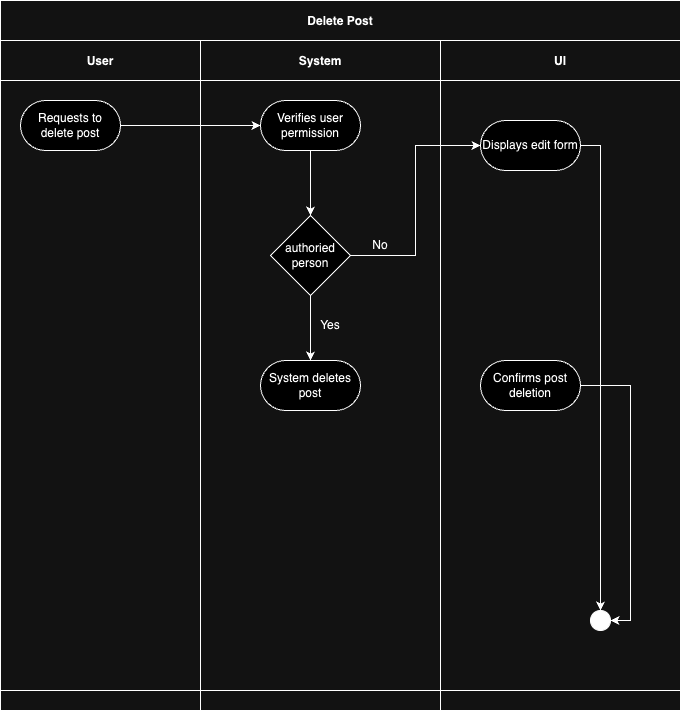
The draw.io diagram Assets/Delete post .drawio.png in millisom/GluGuide, before a commit. Source tidied: cells renumbered, new cells last; positions are measured from the earlier drawing's top-left corner, leaving out a move shared by most shapes. Source of this version:
```xml
<mxGraphModel>
  <root>
    <mxCell id="0" />
    <mxCell id="1" parent="0" />
    <mxCell id="2" value="Delete Post" style="shape=table;startSize=40;fillColor=none;fontStyle=1;" parent="1" vertex="1">
      <mxGeometry width="680" height="710" as="geometry" />
    </mxCell>
    <mxCell id="3" style="shape=tableRow;horizontal=0;swimlaneHead=0;swimlaneBody=0;top=0;left=0;bottom=0;right=0;fillColor=none;startSize=0;fontStyle=1;" parent="2" vertex="1">
      <mxGeometry y="40" width="680" height="650" as="geometry" />
    </mxCell>
    <mxCell id="4" value="User" style="swimlane;swimlaneHead=0;swimlaneBody=0;fillColor=none;startSize=40;fontStyle=1;" parent="3" vertex="1">
      <mxGeometry width="200" height="650" as="geometry" />
    </mxCell>
    <mxCell id="5" value="Requests to delete post" style="rounded=1;whiteSpace=wrap;html=1;arcSize=50;" parent="4" vertex="1">
      <mxGeometry x="20" y="60" width="100" height="50" as="geometry" />
    </mxCell>
    <mxCell id="6" value="System" style="swimlane;swimlaneHead=0;swimlaneBody=0;fillColor=none;startSize=40;fontStyle=1;" parent="3" vertex="1">
      <mxGeometry x="200" width="240" height="650" as="geometry" />
    </mxCell>
    <mxCell id="7" style="edgeStyle=orthogonalEdgeStyle;rounded=0;jettySize=auto;html=1;exitX=0.5;exitY=1;exitDx=0;exitDy=0;entryX=0.5;entryY=0;entryDx=0;entryDy=0;" parent="6" edge="1" source="8" target="10">
      <mxGeometry relative="1" as="geometry" />
    </mxCell>
    <mxCell id="8" value="Verifies user permission" style="rounded=1;whiteSpace=wrap;html=1;arcSize=50;" parent="6" vertex="1">
      <mxGeometry x="60" y="60" width="100" height="50" as="geometry" />
    </mxCell>
    <mxCell id="9" style="edgeStyle=orthogonalEdgeStyle;rounded=0;jettySize=auto;html=1;exitX=0.5;exitY=1;exitDx=0;exitDy=0;" parent="6" edge="1" source="10" target="13">
      <mxGeometry relative="1" as="geometry" />
    </mxCell>
    <mxCell id="10" value="authoried person" style="rhombus;whiteSpace=wrap;html=1;" parent="6" vertex="1">
      <mxGeometry x="70" y="175" width="80" height="80" as="geometry" />
    </mxCell>
    <mxCell id="11" value="No" style="text;html=1;align=center;verticalAlign=middle;whiteSpace=wrap;rounded=0;" parent="6" vertex="1">
      <mxGeometry x="150" y="190" width="60" height="30" as="geometry" />
    </mxCell>
    <mxCell id="12" value="Yes" style="text;html=1;align=center;verticalAlign=middle;whiteSpace=wrap;rounded=0;" parent="6" vertex="1">
      <mxGeometry x="100" y="270" width="60" height="30" as="geometry" />
    </mxCell>
    <mxCell id="13" value="System deletes post" style="rounded=1;whiteSpace=wrap;html=1;arcSize=50;" parent="6" vertex="1">
      <mxGeometry x="60" y="320" width="100" height="50" as="geometry" />
    </mxCell>
    <mxCell id="14" value="UI" style="swimlane;swimlaneHead=0;swimlaneBody=0;fillColor=none;startSize=40;fontStyle=1;" parent="3" vertex="1">
      <mxGeometry x="440" width="240" height="650" as="geometry" />
    </mxCell>
    <mxCell id="15" style="edgeStyle=orthogonalEdgeStyle;rounded=0;jettySize=auto;html=1;exitX=1;exitY=0.5;exitDx=0;exitDy=0;entryX=1;entryY=0.5;entryDx=0;entryDy=0;" parent="14" edge="1" source="16" target="17">
      <mxGeometry relative="1" as="geometry" />
    </mxCell>
    <mxCell id="16" value="Confirms post deletion" style="rounded=1;whiteSpace=wrap;html=1;arcSize=50;" parent="14" vertex="1">
      <mxGeometry x="40" y="320" width="100" height="50" as="geometry" />
    </mxCell>
    <mxCell id="17" style="ellipse;whiteSpace=wrap;html=1;fillColor=#000000;" parent="14" vertex="1">
      <mxGeometry x="150" y="570" width="20" height="20" as="geometry" />
    </mxCell>
    <mxCell id="18" style="edgeStyle=orthogonalEdgeStyle;rounded=0;jettySize=auto;html=1;exitX=1;exitY=0.5;exitDx=0;exitDy=0;entryX=0.5;entryY=0;entryDx=0;entryDy=0;" parent="14" edge="1" source="19" target="17">
      <mxGeometry relative="1" as="geometry" />
    </mxCell>
    <mxCell id="19" value="Displays edit form" style="rounded=1;whiteSpace=wrap;html=1;arcSize=50;" parent="14" vertex="1">
      <mxGeometry x="40" y="80" width="100" height="50" as="geometry" />
    </mxCell>
    <mxCell id="20" style="edgeStyle=orthogonalEdgeStyle;rounded=0;jettySize=auto;html=1;entryX=0;entryY=0.5;entryDx=0;entryDy=0;" parent="3" edge="1" source="5">
      <mxGeometry relative="1" as="geometry">
        <mxPoint x="260" y="85" as="targetPoint" />
      </mxGeometry>
    </mxCell>
    <mxCell id="21" style="edgeStyle=orthogonalEdgeStyle;rounded=0;jettySize=auto;html=1;exitX=1;exitY=0.5;exitDx=0;exitDy=0;entryX=0;entryY=0.5;entryDx=0;entryDy=0;" parent="3" edge="1" source="10" target="19">
      <mxGeometry relative="1" as="geometry" />
    </mxCell>
    <mxCell id="22" style="shape=tableRow;horizontal=0;swimlaneHead=0;swimlaneBody=0;top=0;left=0;bottom=0;right=0;fillColor=none;startSize=0;fontStyle=1;" parent="2" vertex="1">
      <mxGeometry y="690" width="680" height="20" as="geometry" />
    </mxCell>
    <mxCell id="23" style="swimlane;swimlaneHead=0;swimlaneBody=0;fillColor=none;startSize=0;fontStyle=1;" parent="22" vertex="1">
      <mxGeometry width="200" height="20" as="geometry" />
    </mxCell>
    <mxCell id="24" style="swimlane;swimlaneHead=0;swimlaneBody=0;fillColor=none;startSize=0;fontStyle=1;" parent="22" vertex="1">
      <mxGeometry x="200" width="240" height="20" as="geometry" />
    </mxCell>
    <mxCell id="25" style="swimlane;swimlaneHead=0;swimlaneBody=0;fillColor=none;startSize=0;fontStyle=1;" parent="22" vertex="1">
      <mxGeometry x="440" width="240" height="20" as="geometry" />
    </mxCell>
  </root>
</mxGraphModel>
```
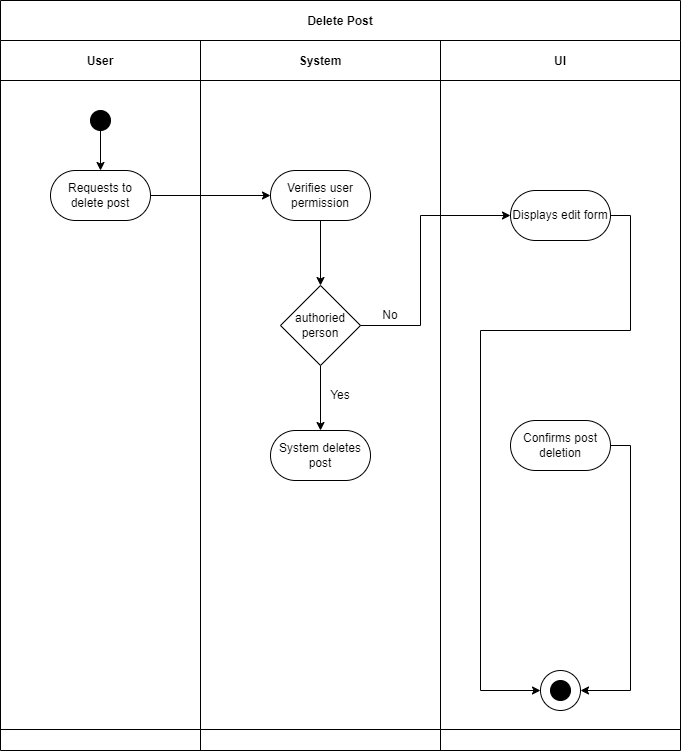
After the change.

Commit message:
edit Diagram, added starting point

Change to the diagram source:
```diff
@@ -3,78 +3,105 @@
     <mxCell id="0" />
     <mxCell id="1" parent="0" />
     <mxCell id="2" value="Delete Post" style="shape=table;startSize=40;fillColor=none;fontStyle=1;" parent="1" vertex="1">
-      <mxGeometry width="680" height="710" as="geometry" />
+      <mxGeometry width="680" height="750" as="geometry" />
     </mxCell>
     <mxCell id="3" style="shape=tableRow;horizontal=0;swimlaneHead=0;swimlaneBody=0;top=0;left=0;bottom=0;right=0;fillColor=none;startSize=0;fontStyle=1;" parent="2" vertex="1">
-      <mxGeometry y="40" width="680" height="650" as="geometry" />
+      <mxGeometry y="40" width="680" height="689" as="geometry" />
     </mxCell>
     <mxCell id="4" value="User" style="swimlane;swimlaneHead=0;swimlaneBody=0;fillColor=none;startSize=40;fontStyle=1;" parent="3" vertex="1">
-      <mxGeometry width="200" height="650" as="geometry" />
+      <mxGeometry width="200" height="689" as="geometry" />
     </mxCell>
     <mxCell id="5" value="Requests to delete post" style="rounded=1;whiteSpace=wrap;html=1;arcSize=50;" parent="4" vertex="1">
-      <mxGeometry x="20" y="60" width="100" height="50" as="geometry" />
+      <mxGeometry x="50" y="130" width="100" height="50" as="geometry" />
     </mxCell>
+    <mxCell id="26" style="edgeStyle=none;html=1;" parent="4" edge="1" source="27" target="5">
+      <mxGeometry relative="1" as="geometry" />
+    </mxCell>
+    <mxCell id="27" style="ellipse;whiteSpace=wrap;html=1;fillColor=#000000;" parent="4" vertex="1">
+      <mxGeometry x="90" y="70" width="20" height="20" as="geometry" />
+    </mxCell>
     <mxCell id="6" value="System" style="swimlane;swimlaneHead=0;swimlaneBody=0;fillColor=none;startSize=40;fontStyle=1;" parent="3" vertex="1">
-      <mxGeometry x="200" width="240" height="650" as="geometry" />
+      <mxGeometry x="200" width="240" height="689" as="geometry" />
     </mxCell>
     <mxCell id="7" style="edgeStyle=orthogonalEdgeStyle;rounded=0;jettySize=auto;html=1;exitX=0.5;exitY=1;exitDx=0;exitDy=0;entryX=0.5;entryY=0;entryDx=0;entryDy=0;" parent="6" edge="1" source="8" target="10">
       <mxGeometry relative="1" as="geometry" />
     </mxCell>
     <mxCell id="8" value="Verifies user permission" style="rounded=1;whiteSpace=wrap;html=1;arcSize=50;" parent="6" vertex="1">
-      <mxGeometry x="60" y="60" width="100" height="50" as="geometry" />
+      <mxGeometry x="70" y="130" width="100" height="50" as="geometry" />
     </mxCell>
     <mxCell id="9" style="edgeStyle=orthogonalEdgeStyle;rounded=0;jettySize=auto;html=1;exitX=0.5;exitY=1;exitDx=0;exitDy=0;" parent="6" edge="1" source="10" target="13">
       <mxGeometry relative="1" as="geometry" />
     </mxCell>
     <mxCell id="10" value="authoried person" style="rhombus;whiteSpace=wrap;html=1;" parent="6" vertex="1">
-      <mxGeometry x="70" y="175" width="80" height="80" as="geometry" />
+      <mxGeometry x="80" y="245" width="80" height="80" as="geometry" />
     </mxCell>
     <mxCell id="11" value="No" style="text;html=1;align=center;verticalAlign=middle;whiteSpace=wrap;rounded=0;" parent="6" vertex="1">
-      <mxGeometry x="150" y="190" width="60" height="30" as="geometry" />
+      <mxGeometry x="160" y="260" width="60" height="30" as="geometry" />
     </mxCell>
     <mxCell id="12" value="Yes" style="text;html=1;align=center;verticalAlign=middle;whiteSpace=wrap;rounded=0;" parent="6" vertex="1">
-      <mxGeometry x="100" y="270" width="60" height="30" as="geometry" />
+      <mxGeometry x="110" y="340" width="60" height="30" as="geometry" />
     </mxCell>
     <mxCell id="13" value="System deletes post" style="rounded=1;whiteSpace=wrap;html=1;arcSize=50;" parent="6" vertex="1">
-      <mxGeometry x="60" y="320" width="100" height="50" as="geometry" />
+      <mxGeometry x="70" y="390" width="100" height="50" as="geometry" />
     </mxCell>
     <mxCell id="14" value="UI" style="swimlane;swimlaneHead=0;swimlaneBody=0;fillColor=none;startSize=40;fontStyle=1;" parent="3" vertex="1">
-      <mxGeometry x="440" width="240" height="650" as="geometry" />
+      <mxGeometry x="440" width="240" height="689" as="geometry" />
     </mxCell>
-    <mxCell id="15" style="edgeStyle=orthogonalEdgeStyle;rounded=0;jettySize=auto;html=1;exitX=1;exitY=0.5;exitDx=0;exitDy=0;entryX=1;entryY=0.5;entryDx=0;entryDy=0;" parent="14" edge="1" source="16" target="17">
-      <mxGeometry relative="1" as="geometry" />
+    <mxCell id="15" style="edgeStyle=orthogonalEdgeStyle;rounded=0;jettySize=auto;html=1;exitX=1;exitY=0.5;exitDx=0;exitDy=0;" parent="14" edge="1" source="16">
+      <mxGeometry relative="1" as="geometry">
+        <mxPoint x="140" y="650" as="targetPoint" />
+        <Array as="points">
+          <mxPoint x="190" y="405" />
+          <mxPoint x="190" y="650" />
+        </Array>
+      </mxGeometry>
     </mxCell>
     <mxCell id="16" value="Confirms post deletion" style="rounded=1;whiteSpace=wrap;html=1;arcSize=50;" parent="14" vertex="1">
-      <mxGeometry x="40" y="320" width="100" height="50" as="geometry" />
+      <mxGeometry x="70" y="380" width="100" height="50" as="geometry" />
     </mxCell>
     <mxCell id="17" style="ellipse;whiteSpace=wrap;html=1;fillColor=#000000;" parent="14" vertex="1">
-      <mxGeometry x="150" y="570" width="20" height="20" as="geometry" />
+      <mxGeometry x="110" y="640" width="20" height="20" as="geometry" />
     </mxCell>
-    <mxCell id="18" style="edgeStyle=orthogonalEdgeStyle;rounded=0;jettySize=auto;html=1;exitX=1;exitY=0.5;exitDx=0;exitDy=0;entryX=0.5;entryY=0;entryDx=0;entryDy=0;" parent="14" edge="1" source="19" target="17">
-      <mxGeometry relative="1" as="geometry" />
-    </mxCell>
     <mxCell id="19" value="Displays edit form" style="rounded=1;whiteSpace=wrap;html=1;arcSize=50;" parent="14" vertex="1">
-      <mxGeometry x="40" y="80" width="100" height="50" as="geometry" />
+      <mxGeometry x="70" y="150" width="100" height="50" as="geometry" />
     </mxCell>
     <mxCell id="20" style="edgeStyle=orthogonalEdgeStyle;rounded=0;jettySize=auto;html=1;entryX=0;entryY=0.5;entryDx=0;entryDy=0;" parent="3" edge="1" source="5">
       <mxGeometry relative="1" as="geometry">
-        <mxPoint x="260" y="85" as="targetPoint" />
+        <mxPoint x="270" y="155" as="targetPoint" />
       </mxGeometry>
     </mxCell>
     <mxCell id="21" style="edgeStyle=orthogonalEdgeStyle;rounded=0;jettySize=auto;html=1;exitX=1;exitY=0.5;exitDx=0;exitDy=0;entryX=0;entryY=0.5;entryDx=0;entryDy=0;" parent="3" edge="1" source="10" target="19">
-      <mxGeometry relative="1" as="geometry" />
+      <mxGeometry relative="1" as="geometry">
+        <Array as="points">
+          <mxPoint x="420" y="285" />
+          <mxPoint x="420" y="175" />
+        </Array>
+      </mxGeometry>
     </mxCell>
     <mxCell id="22" style="shape=tableRow;horizontal=0;swimlaneHead=0;swimlaneBody=0;top=0;left=0;bottom=0;right=0;fillColor=none;startSize=0;fontStyle=1;" parent="2" vertex="1">
-      <mxGeometry y="690" width="680" height="20" as="geometry" />
+      <mxGeometry y="729" width="680" height="21" as="geometry" />
     </mxCell>
     <mxCell id="23" style="swimlane;swimlaneHead=0;swimlaneBody=0;fillColor=none;startSize=0;fontStyle=1;" parent="22" vertex="1">
-      <mxGeometry width="200" height="20" as="geometry" />
+      <mxGeometry width="200" height="21" as="geometry" />
     </mxCell>
     <mxCell id="24" style="swimlane;swimlaneHead=0;swimlaneBody=0;fillColor=none;startSize=0;fontStyle=1;" parent="22" vertex="1">
-      <mxGeometry x="200" width="240" height="20" as="geometry" />
+      <mxGeometry x="200" width="240" height="21" as="geometry" />
     </mxCell>
     <mxCell id="25" style="swimlane;swimlaneHead=0;swimlaneBody=0;fillColor=none;startSize=0;fontStyle=1;" parent="22" vertex="1">
-      <mxGeometry x="440" width="240" height="20" as="geometry" />
+      <mxGeometry x="440" width="240" height="21" as="geometry" />
     </mxCell>
+    <mxCell id="28" style="ellipse;whiteSpace=wrap;html=1;fillColor=none;" parent="1" vertex="1">
+      <mxGeometry x="540" y="670" width="40" height="40" as="geometry" />
+    </mxCell>
+    <mxCell id="29" style="edgeStyle=orthogonalEdgeStyle;rounded=0;jettySize=auto;html=1;exitX=1;exitY=0.5;exitDx=0;exitDy=0;entryX=0;entryY=0.5;entryDx=0;entryDy=0;" parent="1" edge="1" source="19" target="28">
+      <mxGeometry relative="1" as="geometry">
+        <Array as="points">
+          <mxPoint x="630" y="215" />
+          <mxPoint x="630" y="330" />
+          <mxPoint x="480" y="330" />
+          <mxPoint x="480" y="690" />
+        </Array>
+      </mxGeometry>
+    </mxCell>
   </root>
 </mxGraphModel>
```
